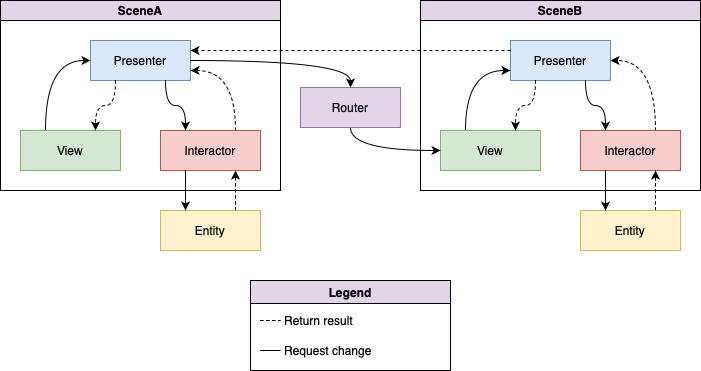
cjnevin/IdealCleanArchitecture keeps this draw.io diagram as viper.png. Above is the earlier version. Source tidied: cells renumbered, new cells last; positions are measured from the earlier drawing's top-left corner, leaving out a move shared by most shapes.
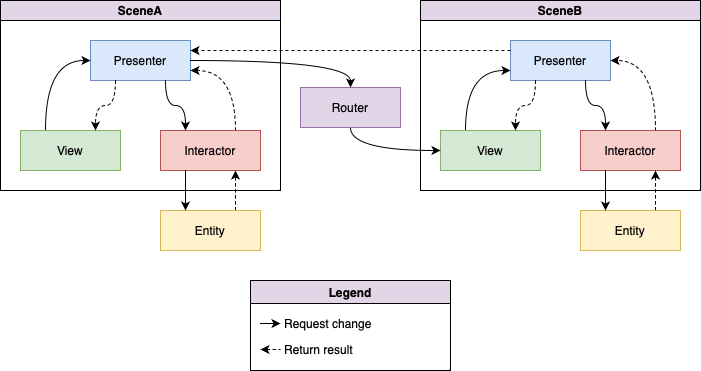
Later version of the same file.

Diff of the diagram source:
```diff
@@ -80,23 +80,23 @@
     <mxCell id="27" style="edgeStyle=orthogonalEdgeStyle;curved=1;rounded=0;jettySize=auto;html=1;exitX=0.25;exitY=1;exitDx=0;exitDy=0;entryX=0.25;entryY=0;entryDx=0;entryDy=0;" parent="1" edge="1" source="18" target="21">
       <mxGeometry relative="1" as="geometry" />
     </mxCell>
-    <mxCell id="28" style="endArrow=none;html=1;rounded=0;dashed=1;curved=1;elbow=vertical;" parent="1" edge="1">
+    <mxCell id="28" style="endArrow=none;html=1;rounded=0;dashed=1;curved=1;elbow=vertical;startArrow=classic;startFill=1;" parent="1" edge="1">
       <mxGeometry relative="1" as="geometry">
-        <mxPoint x="260" y="320" as="sourcePoint" />
-        <mxPoint x="280" y="320" as="targetPoint" />
+        <mxPoint x="260" y="349" as="sourcePoint" />
+        <mxPoint x="280" y="349" as="targetPoint" />
       </mxGeometry>
     </mxCell>
     <mxCell id="29" value="Return result" style="text;html=1;strokeColor=none;fillColor=none;align=left;verticalAlign=middle;whiteSpace=wrap;rounded=0;spacingLeft=2;" parent="1" vertex="1">
-      <mxGeometry x="280" y="305" width="100" height="30" as="geometry" />
+      <mxGeometry x="280" y="334" width="100" height="30" as="geometry" />
     </mxCell>
-    <mxCell id="30" style="endArrow=none;html=1;rounded=0;curved=1;elbow=vertical;" parent="1" edge="1">
+    <mxCell id="30" style="endArrow=classic;html=1;rounded=0;curved=1;elbow=vertical;endFill=1;" parent="1" edge="1">
       <mxGeometry relative="1" as="geometry">
-        <mxPoint x="260" y="350" as="sourcePoint" />
-        <mxPoint x="280" y="350" as="targetPoint" />
+        <mxPoint x="260" y="323" as="sourcePoint" />
+        <mxPoint x="280" y="323" as="targetPoint" />
       </mxGeometry>
     </mxCell>
     <mxCell id="31" value="Request change" style="text;html=1;strokeColor=none;fillColor=none;align=left;verticalAlign=middle;whiteSpace=wrap;rounded=0;spacingLeft=2;" parent="1" vertex="1">
-      <mxGeometry x="280" y="335" width="100" height="30" as="geometry" />
+      <mxGeometry x="280" y="308" width="100" height="30" as="geometry" />
     </mxCell>
     <mxCell id="32" value="Legend" style="swimlane;fillColor=#E1D5E7;" parent="1" vertex="1">
       <mxGeometry x="250" y="280" width="200" height="90" as="geometry" />
```
